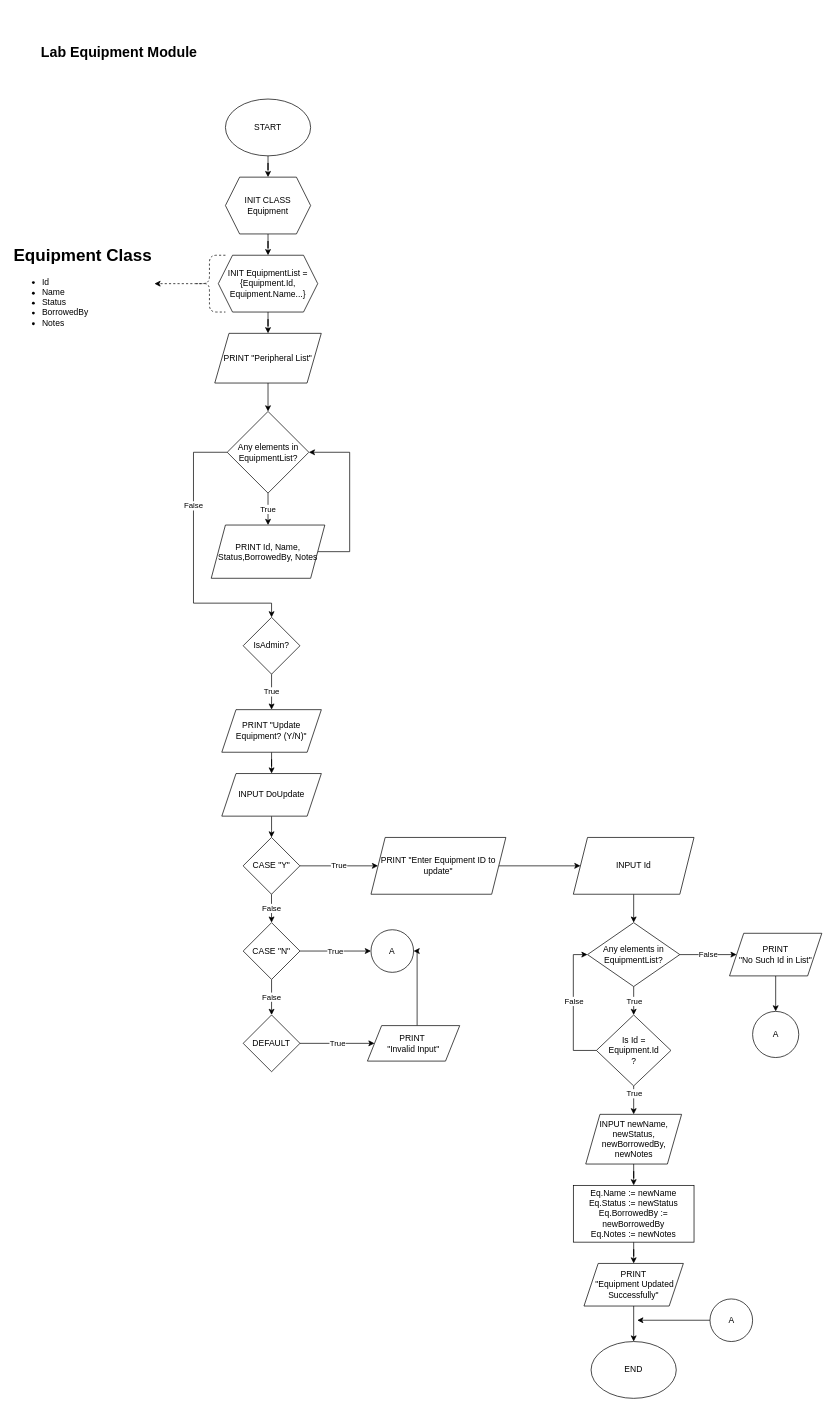
Earlier version of the draw.io diagram Untitled Diagram.drawio (FrinceNacion/EnrollmentModule). Source tidied: cells renumbered, new cells numbered last; positions are measured from the earlier drawing's top-left corner, leaving out a move shared by most shapes. Both pictures are drawn from the tidied source at 71%, with x=0, y=0 at pixel (12, 33).
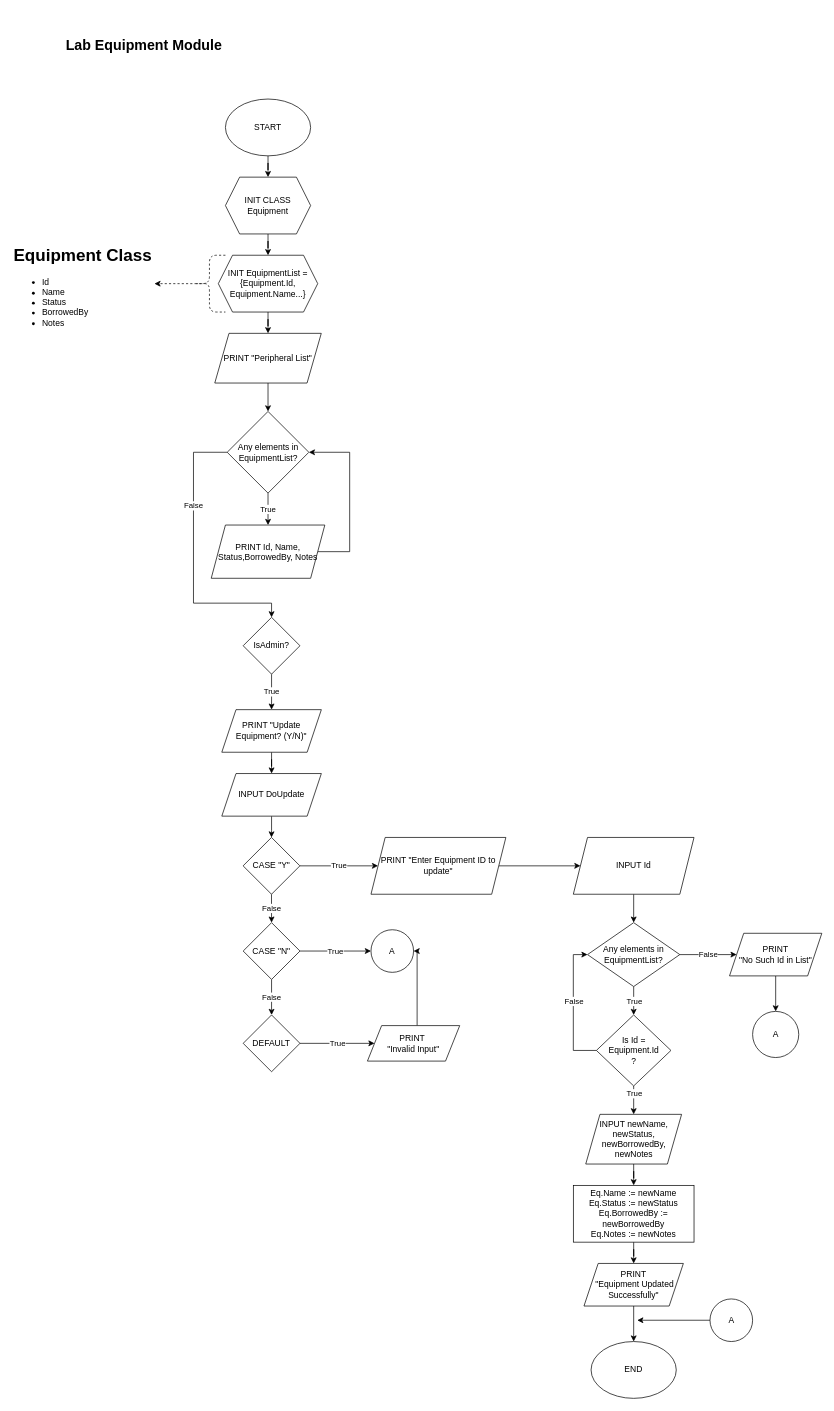
After the change.

Diff of the diagram source:
```diff
@@
-    <mxCell id="57" value="&lt;b&gt;&lt;font size=&quot;1&quot;&gt;&lt;span style=&quot;line-height: 200%; font-size: 20px;&quot;&gt;Lab Equipment Module &lt;/span&gt;&lt;/font&gt;&lt;/b&gt;" style="text;html=1;align=center;verticalAlign=middle;strokeColor=none;fillColor=none;" parent="1" vertex="1">
-      <mxGeometry x="30" width="240" height="50" as="geometry" />
+    <mxCell id="57" value="&lt;h1&gt;&lt;font size=&quot;1&quot;&gt;&lt;b&gt;&lt;span style=&quot;line-height: 200%; font-size: 20px;&quot;&gt;Lab Equipment Module &lt;/span&gt;&lt;/b&gt;&lt;/font&gt;&lt;/h1&gt;" style="text;html=1;align=center;verticalAlign=middle;strokeColor=none;fillColor=none;" parent="1" vertex="1">
+      <mxGeometry x="50" y="-30" width="270" height="90" as="geometry" />
     </mxCell>
```
